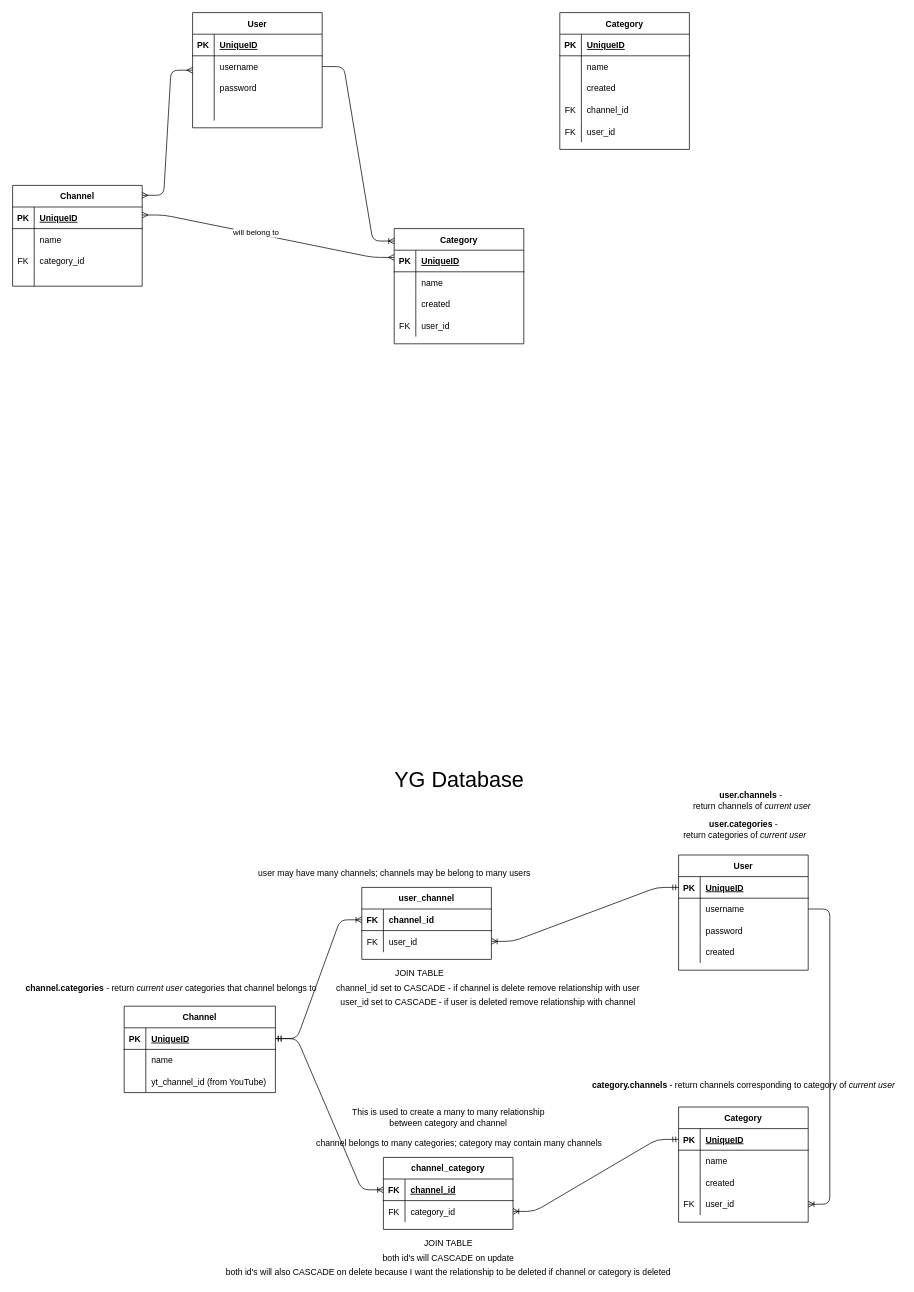
This is page "Page-1" (2 of 2) of YG DB.drawio from miguellealw/Web-Room, a draw.io file, before an edit. Source tidied: cells renumbered, new cells numbered last; positions are measured from the earlier drawing's top-left corner, leaving out a move shared by most shapes. Both pictures are drawn from the tidied source at 72%, with x=0, y=0 at pixel (12, 12).
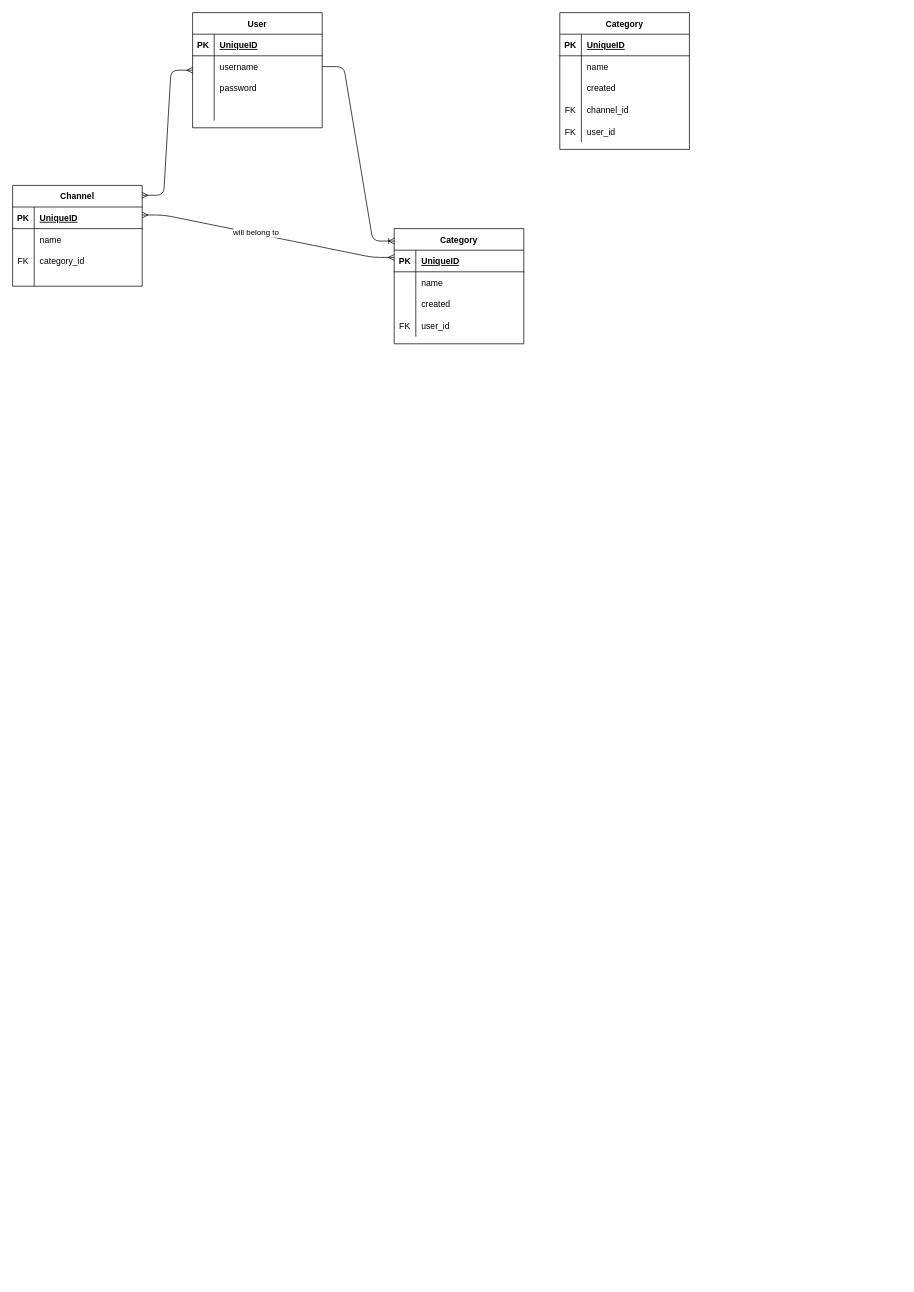
After the change.

What changed in the source:
```diff
@@
-    <mxCell id="61" style="group;" parent="1" vertex="1">
-      <mxGeometry x="50" y="1080" width="1185" height="680" as="geometry" />
-    </mxCell>
-    <mxCell id="62" value="Channel" style="shape=table;startSize=30;childLayout=tableLayout;rowLines=0;fontStyle=1;align=center;" parent="61" vertex="1">
-      <mxGeometry x="105" y="300" width="210" height="120" as="geometry" />
-    </mxCell>
-    <mxCell id="63" style="shape=partialRectangle;fillColor=none;top=0;left=0;bottom=1;right=0;points=[[0,0.5],[1,0.5]];portConstraint=eastwest;" parent="62" vertex="1">
-      <mxGeometry y="30" width="210" height="30" as="geometry" />
-    </mxCell>
-    <mxCell id="64" value="PK" style="shape=partialRectangle;fillColor=none;top=0;left=0;bottom=0;right=0;fontStyle=1;overflow=hidden;" parent="63" vertex="1">
-      <mxGeometry width="30" height="30" as="geometry" />
-    </mxCell>
-    <mxCell id="65" value="UniqueID" style="shape=partialRectangle;fillColor=none;top=0;left=0;bottom=0;right=0;align=left;spacingLeft=6;fontStyle=5;overflow=hidden;" parent="63" vertex="1">
-      <mxGeometry x="30" width="180" height="30" as="geometry" />
-    </mxCell>
-    <mxCell id="66" style="shape=partialRectangle;fillColor=none;top=0;left=0;bottom=0;right=0;" parent="62" vertex="1">
-      <mxGeometry y="60" width="210" height="30" as="geometry" />
-    </mxCell>
-    <mxCell id="67" style="shape=partialRectangle;fillColor=none;top=0;left=0;bottom=0;right=0;overflow=hidden;" parent="66" vertex="1">
-      <mxGeometry width="30" height="30" as="geometry" />
-    </mxCell>
-    <mxCell id="68" value="name" style="shape=partialRectangle;fillColor=none;top=0;left=0;bottom=0;right=0;align=left;spacingLeft=6;overflow=hidden;" parent="66" vertex="1">
-      <mxGeometry x="30" width="180" height="30" as="geometry" />
-    </mxCell>
-    <mxCell id="69" style="shape=partialRectangle;fillColor=none;top=0;left=0;bottom=0;right=0;" parent="62" vertex="1">
-      <mxGeometry y="90" width="210" height="30" as="geometry" />
-    </mxCell>
-    <mxCell id="70" style="shape=partialRectangle;fillColor=none;top=0;left=0;bottom=0;right=0;overflow=hidden;" parent="69" vertex="1">
-      <mxGeometry width="30" height="30" as="geometry" />
-    </mxCell>
-    <mxCell id="71" value="yt_channel_id (from YouTube)" style="shape=partialRectangle;fillColor=none;top=0;left=0;bottom=0;right=0;align=left;spacingLeft=6;overflow=hidden;" parent="69" vertex="1">
-      <mxGeometry x="30" width="180" height="30" as="geometry" />
-    </mxCell>
-    <mxCell id="72" value="Category" style="shape=table;startSize=30;childLayout=tableLayout;rowLines=0;fontStyle=1;align=center;" parent="61" vertex="1">
-      <mxGeometry x="875" y="440" width="180" height="160" as="geometry" />
-    </mxCell>
-    <mxCell id="73" style="shape=partialRectangle;fillColor=none;top=0;left=0;bottom=1;right=0;points=[[0,0.5],[1,0.5]];portConstraint=eastwest;" parent="72" vertex="1">
-      <mxGeometry y="30" width="180" height="30" as="geometry" />
-    </mxCell>
-    <mxCell id="74" value="PK" style="shape=partialRectangle;fillColor=none;top=0;left=0;bottom=0;right=0;fontStyle=1;overflow=hidden;" parent="73" vertex="1">
-      <mxGeometry width="30" height="30" as="geometry" />
-    </mxCell>
-    <mxCell id="75" value="UniqueID" style="shape=partialRectangle;fillColor=none;top=0;left=0;bottom=0;right=0;align=left;spacingLeft=6;fontStyle=5;overflow=hidden;" parent="73" vertex="1">
-      <mxGeometry x="30" width="150" height="30" as="geometry" />
-    </mxCell>
-    <mxCell id="76" style="shape=partialRectangle;fillColor=none;top=0;left=0;bottom=0;right=0;" parent="72" vertex="1">
-      <mxGeometry y="60" width="180" height="30" as="geometry" />
-    </mxCell>
-    <mxCell id="77" style="shape=partialRectangle;fillColor=none;top=0;left=0;bottom=0;right=0;overflow=hidden;" parent="76" vertex="1">
-      <mxGeometry width="30" height="30" as="geometry" />
-    </mxCell>
-    <mxCell id="78" value="name" style="shape=partialRectangle;fillColor=none;top=0;left=0;bottom=0;right=0;align=left;spacingLeft=6;overflow=hidden;" parent="76" vertex="1">
-      <mxGeometry x="30" width="150" height="30" as="geometry" />
-    </mxCell>
-    <mxCell id="79" style="shape=partialRectangle;fillColor=none;top=0;left=0;bottom=0;right=0;" parent="72" vertex="1">
-      <mxGeometry y="90" width="180" height="30" as="geometry" />
-    </mxCell>
-    <mxCell id="80" style="shape=partialRectangle;fillColor=none;top=0;left=0;bottom=0;right=0;overflow=hidden;" parent="79" vertex="1">
-      <mxGeometry width="30" height="30" as="geometry" />
-    </mxCell>
-    <mxCell id="81" value="created" style="shape=partialRectangle;fillColor=none;top=0;left=0;bottom=0;right=0;align=left;spacingLeft=6;overflow=hidden;" parent="79" vertex="1">
-      <mxGeometry x="30" width="150" height="30" as="geometry" />
-    </mxCell>
-    <mxCell id="82" style="shape=partialRectangle;fillColor=none;top=0;left=0;bottom=0;right=0;points=[[0,0.5],[1,0.5]];portConstraint=eastwest;" parent="72" vertex="1">
-      <mxGeometry y="120" width="180" height="30" as="geometry" />
-    </mxCell>
-    <mxCell id="83" value="FK" style="shape=partialRectangle;fillColor=none;top=0;left=0;bottom=0;right=0;fontStyle=0;overflow=hidden;" parent="82" vertex="1">
-      <mxGeometry width="30" height="30" as="geometry" />
-    </mxCell>
-    <mxCell id="84" value="user_id" style="shape=partialRectangle;fillColor=none;top=0;left=0;bottom=0;right=0;align=left;spacingLeft=6;fontStyle=0;overflow=hidden;" parent="82" vertex="1">
-      <mxGeometry x="30" width="150" height="30" as="geometry" />
-    </mxCell>
-    <mxCell id="85" value="User" style="shape=table;startSize=30;childLayout=tableLayout;rowLines=0;fontStyle=1;align=center;" parent="61" vertex="1">
-      <mxGeometry x="875" y="90" width="180" height="160" as="geometry" />
-    </mxCell>
-    <mxCell id="86" style="shape=partialRectangle;fillColor=none;top=0;left=0;bottom=1;right=0;points=[[0,0.5],[1,0.5]];portConstraint=eastwest;" parent="85" vertex="1">
-      <mxGeometry y="30" width="180" height="30" as="geometry" />
-    </mxCell>
-    <mxCell id="87" value="PK" style="shape=partialRectangle;fillColor=none;top=0;left=0;bottom=0;right=0;fontStyle=1;overflow=hidden;" parent="86" vertex="1">
-      <mxGeometry width="30" height="30" as="geometry" />
-    </mxCell>
-    <mxCell id="88" value="UniqueID" style="shape=partialRectangle;fillColor=none;top=0;left=0;bottom=0;right=0;align=left;spacingLeft=6;fontStyle=5;overflow=hidden;" parent="86" vertex="1">
-      <mxGeometry x="30" width="150" height="30" as="geometry" />
-    </mxCell>
-    <mxCell id="89" style="shape=partialRectangle;fillColor=none;top=0;left=0;bottom=0;right=0;points=[[0,0.5],[1,0.5]];portConstraint=eastwest;" parent="85" vertex="1">
-      <mxGeometry y="60" width="180" height="30" as="geometry" />
-    </mxCell>
-    <mxCell id="90" style="shape=partialRectangle;fillColor=none;top=0;left=0;bottom=0;right=0;overflow=hidden;" parent="89" vertex="1">
-      <mxGeometry width="30" height="30" as="geometry" />
-    </mxCell>
-    <mxCell id="91" value="username" style="shape=partialRectangle;fillColor=none;top=0;left=0;bottom=0;right=0;align=left;spacingLeft=6;overflow=hidden;" parent="89" vertex="1">
-      <mxGeometry x="30" width="150" height="30" as="geometry" />
-    </mxCell>
-    <mxCell id="92" style="shape=partialRectangle;fillColor=none;top=0;left=0;bottom=0;right=0;" parent="85" vertex="1">
-      <mxGeometry y="90" width="180" height="30" as="geometry" />
-    </mxCell>
-    <mxCell id="93" style="shape=partialRectangle;fillColor=none;top=0;left=0;bottom=0;right=0;overflow=hidden;" parent="92" vertex="1">
-      <mxGeometry width="30" height="30" as="geometry" />
-    </mxCell>
-    <mxCell id="94" value="password" style="shape=partialRectangle;fillColor=none;top=0;left=0;bottom=0;right=0;align=left;spacingLeft=6;overflow=hidden;" parent="92" vertex="1">
-      <mxGeometry x="30" width="150" height="30" as="geometry" />
-    </mxCell>
-    <mxCell id="95" style="shape=partialRectangle;fillColor=none;top=0;left=0;bottom=0;right=0;" parent="85" vertex="1">
-      <mxGeometry y="120" width="180" height="30" as="geometry" />
-    </mxCell>
-    <mxCell id="96" style="shape=partialRectangle;fillColor=none;top=0;left=0;bottom=0;right=0;overflow=hidden;" parent="95" vertex="1">
-      <mxGeometry width="30" height="30" as="geometry" />
-    </mxCell>
-    <mxCell id="97" value="created" style="shape=partialRectangle;fillColor=none;top=0;left=0;bottom=0;right=0;align=left;spacingLeft=6;overflow=hidden;whiteSpace=wrap;" parent="95" vertex="1">
-      <mxGeometry x="30" width="150" height="30" as="geometry" />
-    </mxCell>
-    <mxCell id="98" style="edgeStyle=entityRelationEdgeStyle;fontSize=12;html=1;endArrow=ERoneToMany;exitX=1;exitY=0.5;exitDx=0;exitDy=0;entryX=1;entryY=0.5;entryDx=0;entryDy=0;" parent="61" edge="1" source="89" target="82">
-      <mxGeometry relative="1" as="geometry" />
-    </mxCell>
-    <mxCell id="99" value="user_channel" style="shape=table;startSize=30;childLayout=tableLayout;rowLines=0;fontStyle=1;align=center;" parent="61" vertex="1">
-      <mxGeometry x="435" y="135" width="180" height="100" as="geometry" />
-    </mxCell>
-    <mxCell id="100" style="shape=partialRectangle;fillColor=none;top=0;left=0;bottom=1;right=0;points=[[0,0.5],[1,0.5]];portConstraint=eastwest;" parent="99" vertex="1">
-      <mxGeometry y="30" width="180" height="30" as="geometry" />
-    </mxCell>
-    <mxCell id="101" value="FK" style="shape=partialRectangle;fillColor=none;top=0;left=0;bottom=0;right=0;fontStyle=1;overflow=hidden;" parent="100" vertex="1">
-      <mxGeometry width="30" height="30" as="geometry" />
-    </mxCell>
-    <mxCell id="102" value="channel_id" style="shape=partialRectangle;fillColor=none;top=0;left=0;bottom=0;right=0;align=left;spacingLeft=6;fontStyle=1;overflow=hidden;" parent="100" vertex="1">
-      <mxGeometry x="30" width="150" height="30" as="geometry" />
-    </mxCell>
-    <mxCell id="103" style="shape=partialRectangle;fillColor=none;top=0;left=0;bottom=0;right=0;points=[[0,0.5],[1,0.5]];portConstraint=eastwest;" parent="99" vertex="1">
-      <mxGeometry y="60" width="180" height="30" as="geometry" />
-    </mxCell>
-    <mxCell id="104" value="FK" style="shape=partialRectangle;fillColor=none;top=0;left=0;bottom=0;right=0;overflow=hidden;" parent="103" vertex="1">
-      <mxGeometry width="30" height="30" as="geometry" />
-    </mxCell>
-    <mxCell id="105" value="user_id" style="shape=partialRectangle;fillColor=none;top=0;left=0;bottom=0;right=0;align=left;spacingLeft=6;overflow=hidden;" parent="103" vertex="1">
-      <mxGeometry x="30" width="150" height="30" as="geometry" />
-    </mxCell>
-    <mxCell id="106" value="channel_category" style="shape=table;startSize=30;childLayout=tableLayout;rowLines=0;fontStyle=1;align=center;" parent="61" vertex="1">
-      <mxGeometry x="465" y="510" width="180" height="100" as="geometry" />
-    </mxCell>
-    <mxCell id="107" style="shape=partialRectangle;fillColor=none;top=0;left=0;bottom=1;right=0;points=[[0,0.5],[1,0.5]];portConstraint=eastwest;" parent="106" vertex="1">
-      <mxGeometry y="30" width="180" height="30" as="geometry" />
-    </mxCell>
-    <mxCell id="108" value="FK" style="shape=partialRectangle;fillColor=none;top=0;left=0;bottom=0;right=0;fontStyle=1;overflow=hidden;" parent="107" vertex="1">
-      <mxGeometry width="30" height="30" as="geometry" />
-    </mxCell>
-    <mxCell id="109" value="channel_id" style="shape=partialRectangle;fillColor=none;top=0;left=0;bottom=0;right=0;align=left;spacingLeft=6;fontStyle=5;overflow=hidden;" parent="107" vertex="1">
-      <mxGeometry x="30" width="150" height="30" as="geometry" />
-    </mxCell>
-    <mxCell id="110" style="shape=partialRectangle;fillColor=none;top=0;left=0;bottom=0;right=0;points=[[0,0.5],[1,0.5]];portConstraint=eastwest;" parent="106" vertex="1">
-      <mxGeometry y="60" width="180" height="30" as="geometry" />
-    </mxCell>
-    <mxCell id="111" value="FK" style="shape=partialRectangle;fillColor=none;top=0;left=0;bottom=0;right=0;overflow=hidden;" parent="110" vertex="1">
-      <mxGeometry width="30" height="30" as="geometry" />
-    </mxCell>
-    <mxCell id="112" value="category_id" style="shape=partialRectangle;fillColor=none;top=0;left=0;bottom=0;right=0;align=left;spacingLeft=6;overflow=hidden;" parent="110" vertex="1">
-      <mxGeometry x="30" width="150" height="30" as="geometry" />
-    </mxCell>
-    <mxCell id="113" style="edgeStyle=entityRelationEdgeStyle;fontSize=12;html=1;endArrow=ERoneToMany;startArrow=ERmandOne;strokeColor=#000000;exitX=1;exitY=0.5;exitDx=0;exitDy=0;" parent="61" edge="1" source="63" target="107">
-      <mxGeometry relative="1" as="geometry" />
-    </mxCell>
-    <mxCell id="114" style="edgeStyle=entityRelationEdgeStyle;fontSize=12;html=1;endArrow=ERoneToMany;startArrow=ERmandOne;strokeColor=#000000;entryX=1;entryY=0.5;entryDx=0;entryDy=0;exitX=0;exitY=0.5;exitDx=0;exitDy=0;" parent="61" edge="1" source="73" target="110">
-      <mxGeometry relative="1" as="geometry" />
-    </mxCell>
-    <mxCell id="115" value="channel belongs to many categories; category may contain many channels" style="text;html=1;align=center;verticalAlign=middle;" parent="61" vertex="1">
-      <mxGeometry x="365" y="480" width="410" height="20" as="geometry" />
-    </mxCell>
-    <mxCell id="116" style="edgeStyle=entityRelationEdgeStyle;fontSize=12;html=1;endArrow=ERoneToMany;startArrow=ERmandOne;strokeColor=#000000;entryX=0;entryY=0.5;entryDx=0;entryDy=0;exitX=1;exitY=0.5;exitDx=0;exitDy=0;" parent="61" edge="1" source="63" target="100">
-      <mxGeometry relative="1" as="geometry" />
-    </mxCell>
-    <mxCell id="117" style="edgeStyle=entityRelationEdgeStyle;fontSize=12;html=1;endArrow=ERoneToMany;startArrow=ERmandOne;strokeColor=#000000;entryX=1;entryY=0.5;entryDx=0;entryDy=0;exitX=0;exitY=0.5;exitDx=0;exitDy=0;" parent="61" edge="1" source="86" target="103">
-      <mxGeometry relative="1" as="geometry" />
-    </mxCell>
-    <mxCell id="118" value="JOIN TABLE" style="text;html=1;align=center;verticalAlign=middle;" parent="61" vertex="1">
-      <mxGeometry x="515" y="620" width="80" height="20" as="geometry" />
-    </mxCell>
-    <mxCell id="119" value="JOIN TABLE" style="text;html=1;align=center;verticalAlign=middle;" parent="61" vertex="1">
-      <mxGeometry x="475" y="245" width="80" height="20" as="geometry" />
-    </mxCell>
-    <mxCell id="120" value="This is used to create a many to many relationship&lt;br&gt;between category and channel" style="text;html=1;align=center;verticalAlign=middle;" parent="61" vertex="1">
-      <mxGeometry x="415" y="440" width="280" height="30" as="geometry" />
-    </mxCell>
-    <mxCell id="121" value="user may have many channels; channels may be belong to many users" style="text;html=1;align=center;verticalAlign=middle;" parent="61" vertex="1">
-      <mxGeometry x="285" y="105" width="390" height="20" as="geometry" />
-    </mxCell>
-    <mxCell id="122" value="both id's will CASCADE on update&lt;br&gt;" style="text;html=1;align=center;verticalAlign=middle;" parent="61" vertex="1">
-      <mxGeometry x="455" y="640" width="200" height="20" as="geometry" />
-    </mxCell>
-    <mxCell id="123" value="both id's will also CASCADE on delete because I want the relationship to be deleted if channel or category is deleted" style="text;html=1;align=center;verticalAlign=middle;" parent="61" vertex="1">
-      <mxGeometry x="240" y="660" width="630" height="20" as="geometry" />
-    </mxCell>
-    <mxCell id="124" value="&lt;b&gt;user.channels&lt;/b&gt; -&lt;br&gt;&amp;nbsp;return channels of &lt;i&gt;current user&lt;/i&gt;" style="text;html=1;align=center;verticalAlign=middle;" parent="61" vertex="1">
-      <mxGeometry x="885" width="180" height="30" as="geometry" />
-    </mxCell>
-    <mxCell id="125" value="&lt;b&gt;user.categories&lt;/b&gt; -&lt;br&gt;&amp;nbsp;return categories of &lt;i&gt;current user&lt;/i&gt;" style="text;html=1;align=center;verticalAlign=middle;" parent="61" vertex="1">
-      <mxGeometry x="870" y="40" width="190" height="30" as="geometry" />
-    </mxCell>
-    <mxCell id="126" value="&lt;b&gt;category.channels&lt;/b&gt; - return channels corresponding to category of &lt;i&gt;current user&lt;/i&gt;" style="text;html=1;align=center;verticalAlign=middle;" parent="61" vertex="1">
-      <mxGeometry x="745" y="400" width="440" height="20" as="geometry" />
-    </mxCell>
-    <mxCell id="127" value="&lt;b&gt;channel.categories&lt;/b&gt; - return &lt;i&gt;current user&lt;/i&gt; categories that channel belongs to" style="text;html=1;align=center;verticalAlign=middle;" parent="61" vertex="1">
-      <mxGeometry x="-40" y="265" width="420" height="20" as="geometry" />
-    </mxCell>
-    <mxCell id="128" value="channel_id set to CASCADE - if channel is delete remove relationship with user" style="text;html=1;align=center;verticalAlign=middle;" parent="61" vertex="1">
-      <mxGeometry x="390" y="265" width="440" height="20" as="geometry" />
-    </mxCell>
-    <mxCell id="129" value="user_id set to CASCADE - if user is deleted remove relationship with channel" style="text;html=1;align=center;verticalAlign=middle;" parent="61" vertex="1">
-      <mxGeometry x="395" y="285" width="430" height="20" as="geometry" />
-    </mxCell>
-    <mxCell id="130" value="&lt;font style=&quot;font-size: 30px&quot;&gt;YG Database&lt;/font&gt;" style="text;html=1;align=center;verticalAlign=middle;" parent="1" vertex="1">
-      <mxGeometry x="520" y="1050" width="200" height="30" as="geometry" />
-    </mxCell>
```
